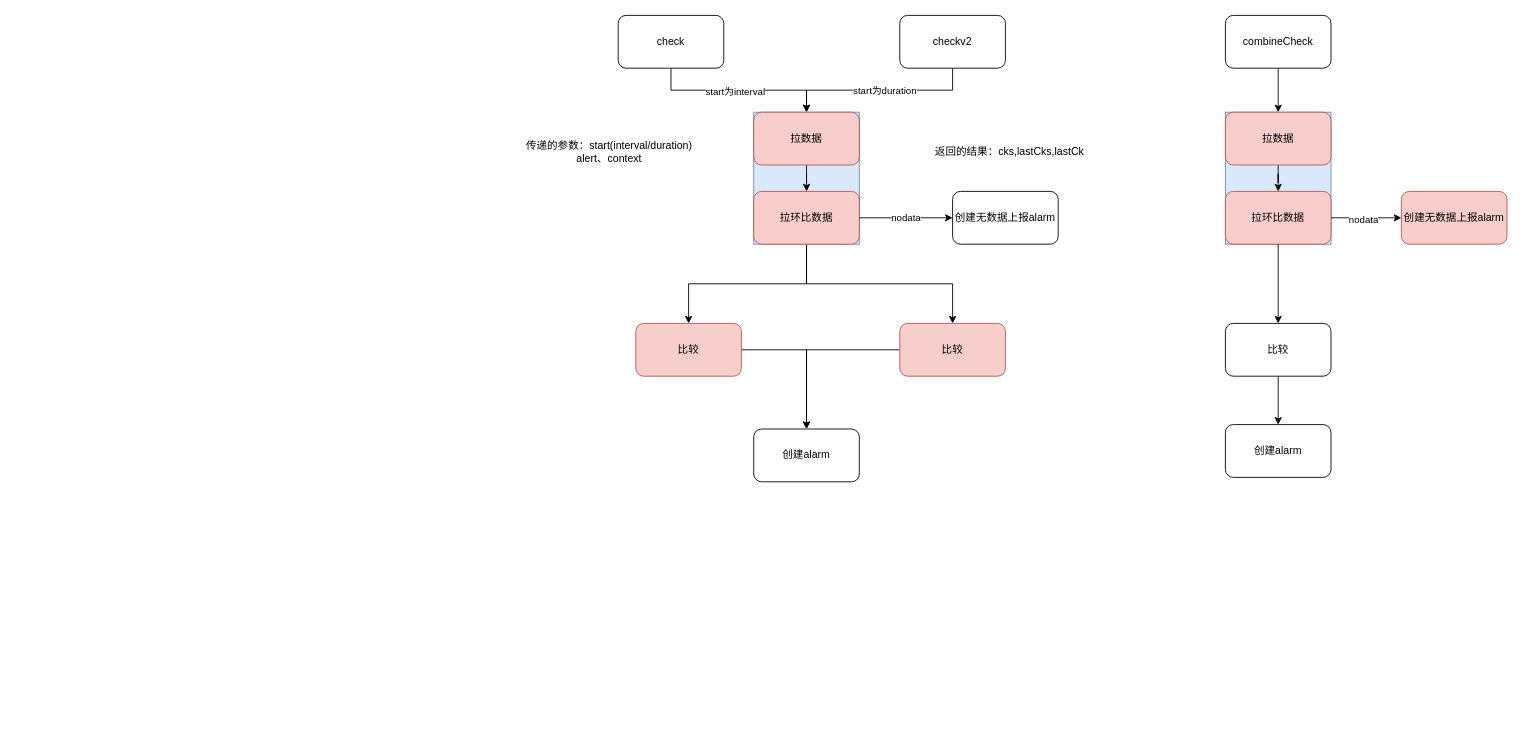
Before: check逻辑.drawio in wupei-w/diagrams, a draw.io diagram. Source tidied: cells renumbered, new cells numbered last; positions are measured from the earlier drawing's top-left corner, leaving out a move shared by most shapes. Both pictures are drawn from the tidied source at 88%, with x=0, y=0 at pixel (477, 15).
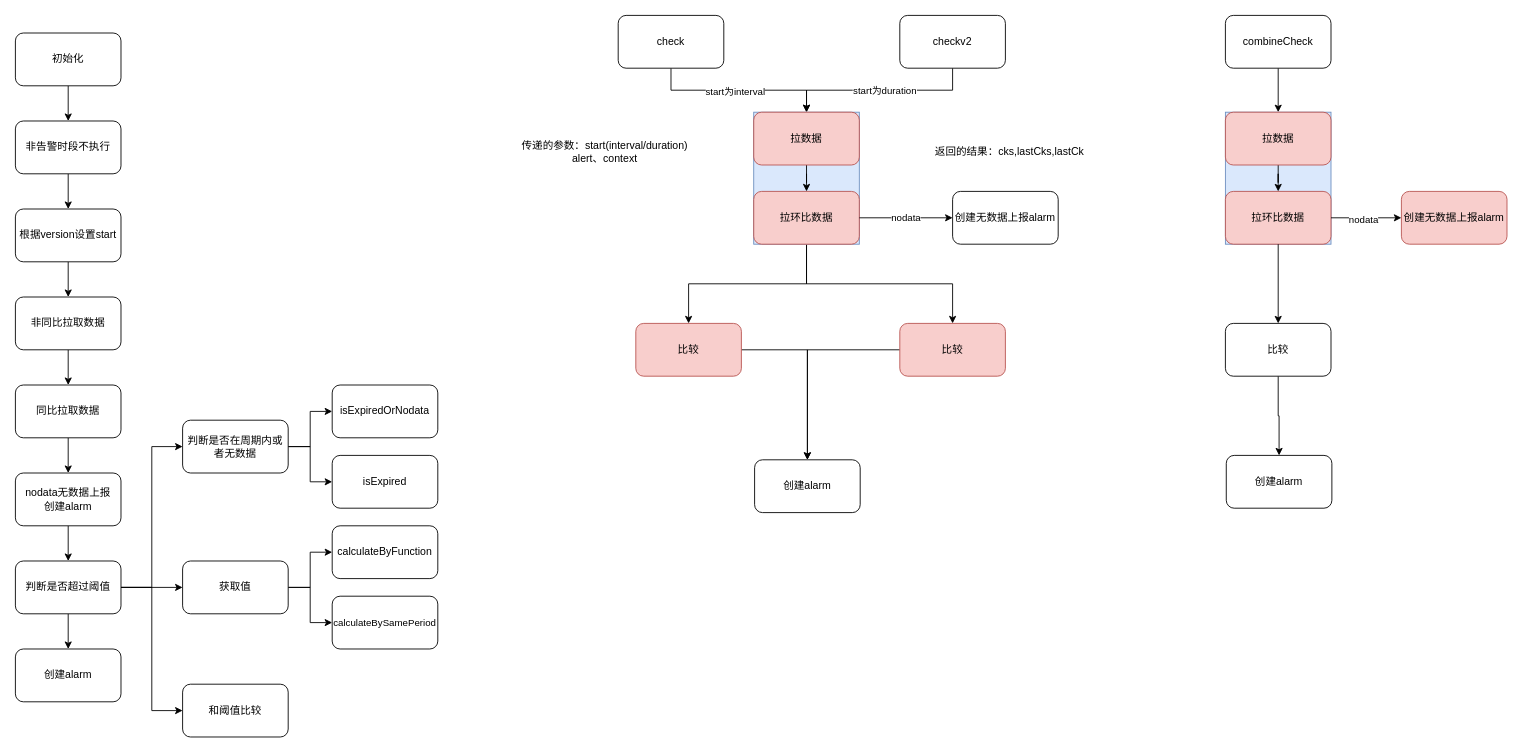
After the change.

Change to the diagram source:
```diff
@@
     <mxCell id="14" value="创建alarm" style="rounded=1;whiteSpace=wrap;html=1;" parent="1" vertex="1">
-      <mxGeometry x="314" y="470" width="120" height="60" as="geometry" />
+      <mxGeometry x="315" y="505" width="120" height="60" as="geometry" />
     </mxCell>
     <mxCell id="15" value="传递的参数：start(interval/duration)&lt;br&gt;alert、context" style="text;html=1;strokeColor=none;fillColor=none;align=center;verticalAlign=middle;whiteSpace=wrap;rounded=0;" parent="1" vertex="1">
-      <mxGeometry y="140" width="300" height="30" as="geometry" />
+      <mxGeometry x="-5" y="140" width="300" height="30" as="geometry" />
     </mxCell>
@@
     <mxCell id="35" value="创建alarm" style="rounded=1;whiteSpace=wrap;html=1;" parent="1" vertex="1">
-      <mxGeometry x="850" y="465" width="120" height="60" as="geometry" />
+      <mxGeometry x="851" y="500" width="120" height="60" as="geometry" />
     </mxCell>
+    <mxCell id="36" style="edgeStyle=orthogonalEdgeStyle;rounded=0;jettySize=auto;html=1;" parent="1" edge="1" source="37" target="39">
+      <mxGeometry relative="1" as="geometry" />
+    </mxCell>
+    <mxCell id="37" value="初始化" style="rounded=1;whiteSpace=wrap;html=1;" parent="1" vertex="1">
+      <mxGeometry x="-525" y="20" width="120" height="60" as="geometry" />
+    </mxCell>
+    <mxCell id="38" style="edgeStyle=orthogonalEdgeStyle;rounded=0;jettySize=auto;html=1;" parent="1" edge="1" source="39" target="41">
+      <mxGeometry relative="1" as="geometry" />
+    </mxCell>
+    <mxCell id="39" value="非告警时段不执行" style="whiteSpace=wrap;html=1;rounded=1;" parent="1" vertex="1">
+      <mxGeometry x="-525" y="120" width="120" height="60" as="geometry" />
+    </mxCell>
+    <mxCell id="40" style="edgeStyle=orthogonalEdgeStyle;rounded=0;jettySize=auto;html=1;" parent="1" edge="1" source="41" target="43">
+      <mxGeometry relative="1" as="geometry" />
+    </mxCell>
+    <mxCell id="41" value="根据version设置start" style="whiteSpace=wrap;html=1;rounded=1;" parent="1" vertex="1">
+      <mxGeometry x="-525" y="220" width="120" height="60" as="geometry" />
+    </mxCell>
+    <mxCell id="42" style="edgeStyle=orthogonalEdgeStyle;rounded=0;jettySize=auto;html=1;" parent="1" edge="1" source="43" target="45">
+      <mxGeometry relative="1" as="geometry" />
+    </mxCell>
+    <mxCell id="43" value="非同比拉取数据" style="whiteSpace=wrap;html=1;rounded=1;" parent="1" vertex="1">
+      <mxGeometry x="-525" y="320" width="120" height="60" as="geometry" />
+    </mxCell>
+    <mxCell id="44" style="edgeStyle=orthogonalEdgeStyle;rounded=0;jettySize=auto;html=1;" parent="1" edge="1" source="45" target="47">
+      <mxGeometry relative="1" as="geometry" />
+    </mxCell>
+    <mxCell id="45" value="同比拉取数据" style="whiteSpace=wrap;html=1;rounded=1;" parent="1" vertex="1">
+      <mxGeometry x="-525" y="420" width="120" height="60" as="geometry" />
+    </mxCell>
+    <mxCell id="46" style="edgeStyle=orthogonalEdgeStyle;rounded=0;jettySize=auto;html=1;" parent="1" edge="1" source="47" target="52">
+      <mxGeometry relative="1" as="geometry" />
+    </mxCell>
+    <mxCell id="47" value="nodata无数据上报&lt;br&gt;创建alarm" style="whiteSpace=wrap;html=1;rounded=1;" parent="1" vertex="1">
+      <mxGeometry x="-525" y="520" width="120" height="60" as="geometry" />
+    </mxCell>
+    <mxCell id="48" style="edgeStyle=orthogonalEdgeStyle;rounded=0;jettySize=auto;html=1;exitX=1;exitY=0.5;exitDx=0;exitDy=0;entryX=0;entryY=0.5;entryDx=0;entryDy=0;" parent="1" edge="1" source="52" target="62">
+      <mxGeometry relative="1" as="geometry" />
+    </mxCell>
+    <mxCell id="49" style="edgeStyle=orthogonalEdgeStyle;rounded=0;jettySize=auto;html=1;exitX=1;exitY=0.5;exitDx=0;exitDy=0;entryX=0;entryY=0.5;entryDx=0;entryDy=0;" parent="1" edge="1" source="52" target="61">
+      <mxGeometry relative="1" as="geometry" />
+    </mxCell>
+    <mxCell id="50" style="edgeStyle=orthogonalEdgeStyle;rounded=0;jettySize=auto;html=1;exitX=1;exitY=0.5;exitDx=0;exitDy=0;entryX=0;entryY=0.5;entryDx=0;entryDy=0;" parent="1" edge="1" source="52" target="58">
+      <mxGeometry relative="1" as="geometry" />
+    </mxCell>
+    <mxCell id="51" style="edgeStyle=orthogonalEdgeStyle;rounded=0;jettySize=auto;html=1;exitX=0.5;exitY=1;exitDx=0;exitDy=0;fontSize=11;" parent="1" edge="1" source="52" target="55">
+      <mxGeometry relative="1" as="geometry" />
+    </mxCell>
+    <mxCell id="52" value="判断是否超过阈值" style="whiteSpace=wrap;html=1;rounded=1;" parent="1" vertex="1">
+      <mxGeometry x="-525" y="620" width="120" height="60" as="geometry" />
+    </mxCell>
+    <mxCell id="53" value="&lt;font style=&quot;font-size: 11px;&quot;&gt;calculateBySamePeriod&lt;/font&gt;" style="rounded=1;whiteSpace=wrap;html=1;" parent="1" vertex="1">
+      <mxGeometry x="-165" y="660" width="120" height="60" as="geometry" />
+    </mxCell>
+    <mxCell id="54" value="calculateByFunction" style="rounded=1;whiteSpace=wrap;html=1;" parent="1" vertex="1">
+      <mxGeometry x="-165" y="580" width="120" height="60" as="geometry" />
+    </mxCell>
+    <mxCell id="55" value="创建alarm" style="whiteSpace=wrap;html=1;rounded=1;" parent="1" vertex="1">
+      <mxGeometry x="-525" y="720" width="120" height="60" as="geometry" />
+    </mxCell>
+    <mxCell id="56" style="edgeStyle=orthogonalEdgeStyle;rounded=0;jettySize=auto;html=1;exitX=1;exitY=0.5;exitDx=0;exitDy=0;entryX=0;entryY=0.5;entryDx=0;entryDy=0;" parent="1" edge="1" source="58" target="63">
+      <mxGeometry relative="1" as="geometry" />
+    </mxCell>
+    <mxCell id="57" style="edgeStyle=orthogonalEdgeStyle;rounded=0;jettySize=auto;html=1;exitX=1;exitY=0.5;exitDx=0;exitDy=0;entryX=0;entryY=0.5;entryDx=0;entryDy=0;" parent="1" edge="1" source="58" target="64">
+      <mxGeometry relative="1" as="geometry" />
+    </mxCell>
+    <mxCell id="58" value="判断是否在周期内或者无数据" style="rounded=1;whiteSpace=wrap;html=1;" parent="1" vertex="1">
+      <mxGeometry x="-335" y="460" width="120" height="60" as="geometry" />
+    </mxCell>
+    <mxCell id="59" style="edgeStyle=orthogonalEdgeStyle;rounded=0;jettySize=auto;html=1;exitX=1;exitY=0.5;exitDx=0;exitDy=0;entryX=0;entryY=0.5;entryDx=0;entryDy=0;" parent="1" edge="1" source="61" target="54">
+      <mxGeometry relative="1" as="geometry" />
+    </mxCell>
+    <mxCell id="60" style="edgeStyle=orthogonalEdgeStyle;rounded=0;jettySize=auto;html=1;exitX=1;exitY=0.5;exitDx=0;exitDy=0;entryX=0;entryY=0.5;entryDx=0;entryDy=0;" parent="1" edge="1" source="61" target="53">
+      <mxGeometry relative="1" as="geometry" />
+    </mxCell>
+    <mxCell id="61" value="获取值" style="rounded=1;whiteSpace=wrap;html=1;" parent="1" vertex="1">
+      <mxGeometry x="-335" y="620" width="120" height="60" as="geometry" />
+    </mxCell>
+    <mxCell id="62" value="和阈值比较" style="rounded=1;whiteSpace=wrap;html=1;" parent="1" vertex="1">
+      <mxGeometry x="-335" y="760" width="120" height="60" as="geometry" />
+    </mxCell>
+    <mxCell id="63" value="isExpiredOrNodata" style="rounded=1;whiteSpace=wrap;html=1;" parent="1" vertex="1">
+      <mxGeometry x="-165" y="420" width="120" height="60" as="geometry" />
+    </mxCell>
+    <mxCell id="64" value="isExpired" style="rounded=1;whiteSpace=wrap;html=1;" parent="1" vertex="1">
+      <mxGeometry x="-165" y="500" width="120" height="60" as="geometry" />
+    </mxCell>
```
